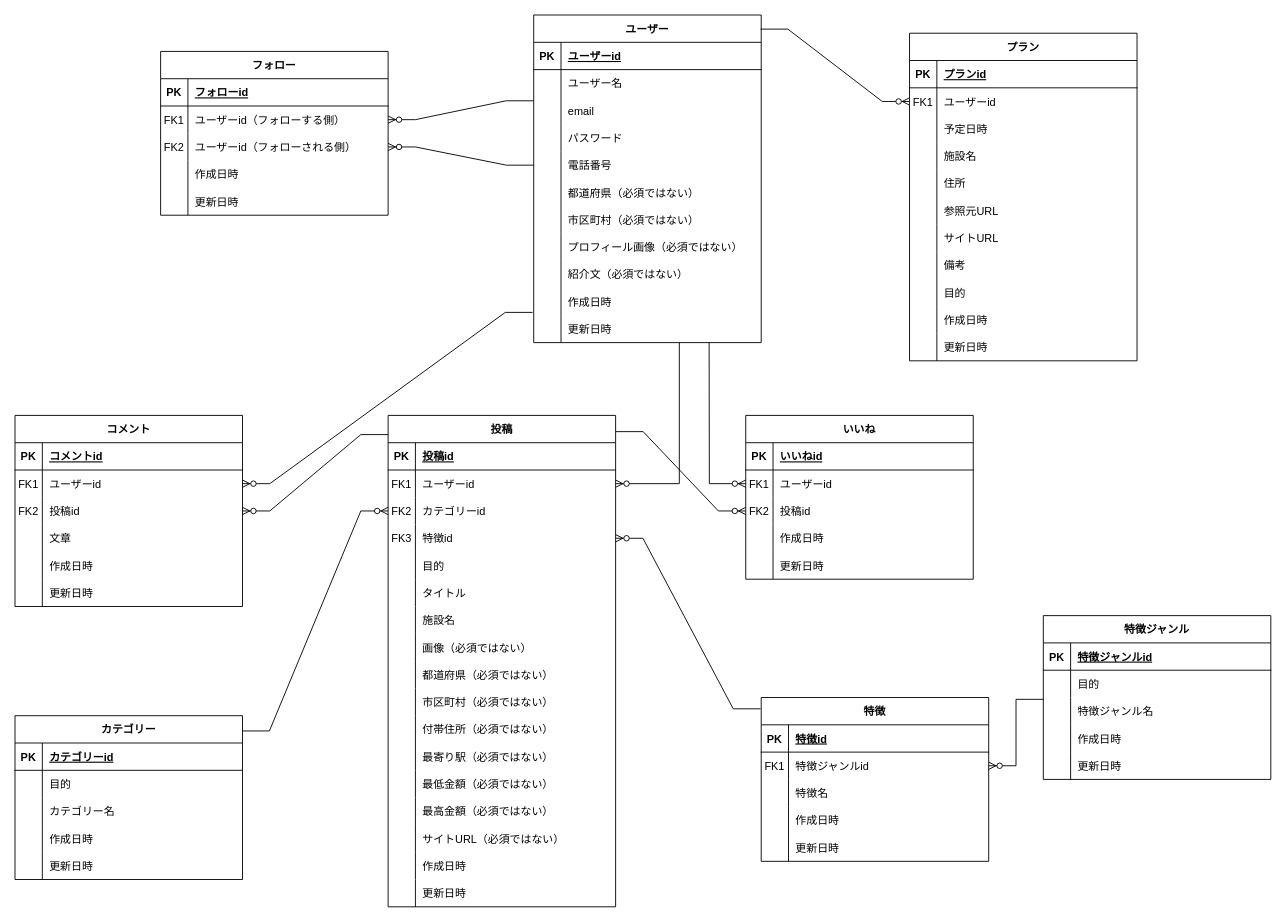
Above: er_figure.drawio in JunkiYuasa/trip_planning (draw.io), before the change. Source tidied: cells renumbered, new cells numbered last; positions are measured from the earlier drawing's top-left corner, leaving out a move shared by most shapes. Both pictures are drawn from the tidied source at 91%, with x=0, y=0 at pixel (15, 15).
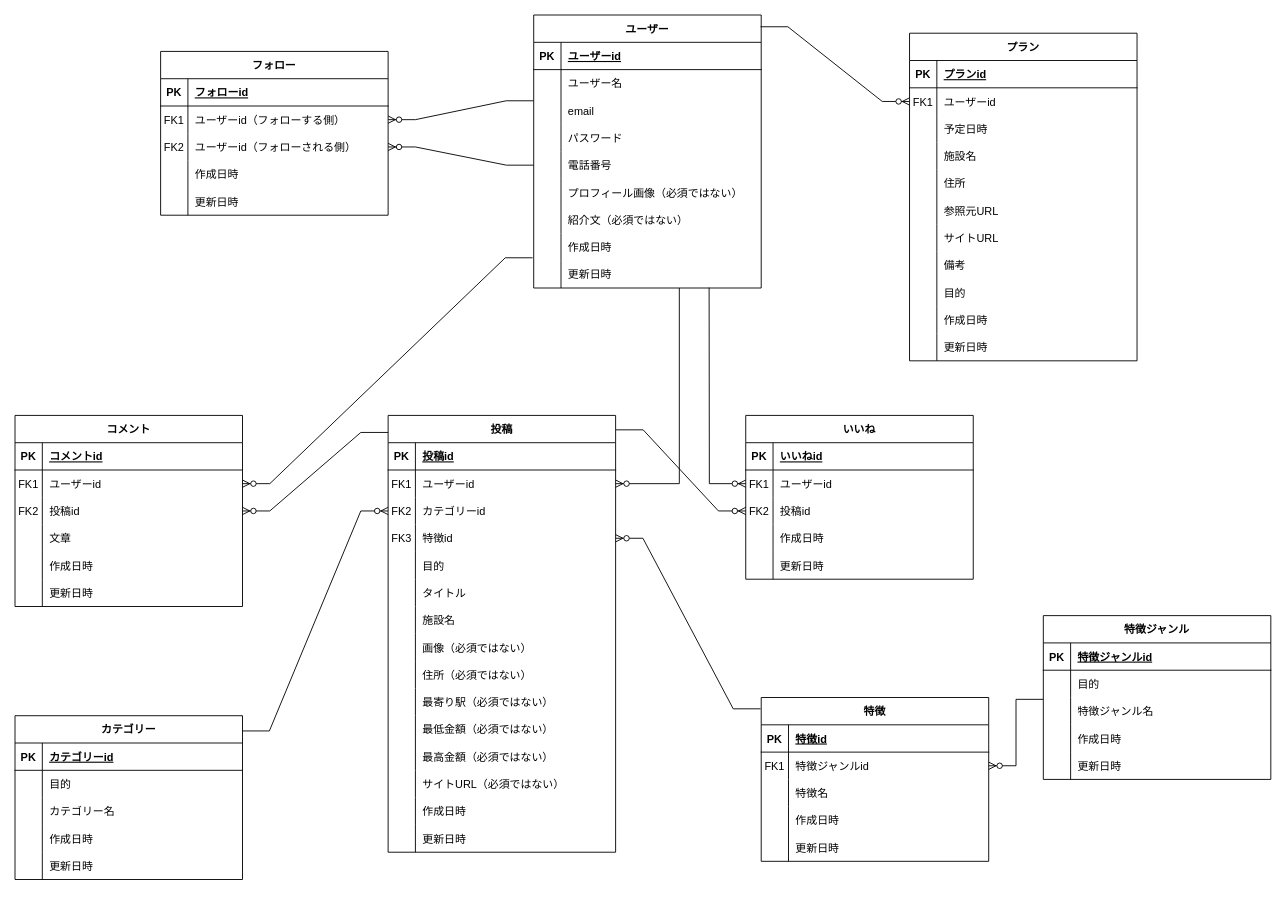
After the change.

Commit message:
er_figure.drawio を更新します

The change refers to these unchanged cells:
```xml
<mxCell id="27" style="shape=partialRectangle;fillColor=none;top=0;left=0;right=0;bottom=0;" parent="2" vertex="1">
  <mxGeometry y="270" width="250" height="30" as="geometry" />
</mxCell>
```

What changed in the source:
```diff
@@
     <mxCell id="2" value="投稿" style="shape=table;startSize=30;childLayout=tableLayout;rowLines=0;fontStyle=1;align=center;" parent="1" vertex="1">
-      <mxGeometry x="410" y="440" width="250" height="540" as="geometry" />
+      <mxGeometry x="410" y="440" width="250" height="480" as="geometry" />
     </mxCell>
@@
-    <mxCell id="29" value="都道府県（必須ではない）" style="shape=partialRectangle;overflow=hidden;fillColor=none;top=0;left=0;bottom=0;right=0;align=left;spacingLeft=6;" parent="27" vertex="1">
+    <mxCell id="29" value="住所（必須ではない）" style="shape=partialRectangle;overflow=hidden;fillColor=none;top=0;left=0;bottom=0;right=0;align=left;spacingLeft=6;" parent="27" vertex="1">
       <mxGeometry x="30" width="220" height="30" as="geometry" />
     </mxCell>
-    <mxCell id="30" style="shape=partialRectangle;fillColor=none;top=0;left=0;right=0;bottom=0;" parent="2" vertex="1">
-      <mxGeometry y="300" width="250" height="30" as="geometry" />
-    </mxCell>
-    <mxCell id="31" style="shape=partialRectangle;overflow=hidden;fillColor=none;top=0;left=0;bottom=0;right=0;" parent="30" vertex="1">
-      <mxGeometry width="30" height="30" as="geometry" />
-    </mxCell>
-    <mxCell id="32" value="市区町村（必須ではない）" style="shape=partialRectangle;overflow=hidden;fillColor=none;top=0;left=0;bottom=0;right=0;align=left;spacingLeft=6;" parent="30" vertex="1">
-      <mxGeometry x="30" width="220" height="30" as="geometry" />
-    </mxCell>
-    <mxCell id="33" style="shape=partialRectangle;fillColor=none;top=0;left=0;right=0;bottom=0;" parent="2" vertex="1">
-      <mxGeometry y="330" width="250" height="30" as="geometry" />
-    </mxCell>
-    <mxCell id="34" style="shape=partialRectangle;overflow=hidden;fillColor=none;top=0;left=0;bottom=0;right=0;" parent="33" vertex="1">
-      <mxGeometry width="30" height="30" as="geometry" />
-    </mxCell>
-    <mxCell id="35" value="付帯住所（必須ではない）" style="shape=partialRectangle;overflow=hidden;fillColor=none;top=0;left=0;bottom=0;right=0;align=left;spacingLeft=6;" parent="33" vertex="1">
-      <mxGeometry x="30" width="220" height="30" as="geometry" />
-    </mxCell>
     <mxCell id="36" style="shape=partialRectangle;fillColor=none;top=0;left=0;right=0;bottom=0;" parent="2" vertex="1">
-      <mxGeometry y="360" width="250" height="30" as="geometry" />
+      <mxGeometry y="300" width="250" height="30" as="geometry" />
     </mxCell>
@@
     <mxCell id="39" style="shape=partialRectangle;fillColor=none;top=0;left=0;right=0;bottom=0;" parent="2" vertex="1">
-      <mxGeometry y="390" width="250" height="30" as="geometry" />
+      <mxGeometry y="330" width="250" height="30" as="geometry" />
     </mxCell>
@@
     <mxCell id="42" style="shape=partialRectangle;fillColor=none;top=0;left=0;right=0;bottom=0;" parent="2" vertex="1">
-      <mxGeometry y="420" width="250" height="30" as="geometry" />
+      <mxGeometry y="360" width="250" height="30" as="geometry" />
     </mxCell>
@@
     <mxCell id="45" style="shape=partialRectangle;fillColor=none;top=0;left=0;right=0;bottom=0;" parent="2" vertex="1">
-      <mxGeometry y="450" width="250" height="30" as="geometry" />
+      <mxGeometry y="390" width="250" height="30" as="geometry" />
     </mxCell>
@@
     <mxCell id="48" style="shape=partialRectangle;fillColor=none;top=0;left=0;right=0;bottom=0;" parent="2" vertex="1">
-      <mxGeometry y="480" width="250" height="30" as="geometry" />
+      <mxGeometry y="420" width="250" height="30" as="geometry" />
     </mxCell>
@@
     <mxCell id="51" style="shape=partialRectangle;fillColor=none;top=0;left=0;right=0;bottom=0;" parent="2" vertex="1">
-      <mxGeometry y="510" width="250" height="30" as="geometry" />
+      <mxGeometry y="450" width="250" height="30" as="geometry" />
     </mxCell>
@@
     <mxCell id="73" value="ユーザー" style="shape=table;startSize=30;childLayout=tableLayout;rowLines=0;fontStyle=1;align=center;" parent="1" vertex="1">
-      <mxGeometry x="570" width="250" height="360" as="geometry" />
+      <mxGeometry x="570" width="250" height="300" as="geometry" />
     </mxCell>
@@
-    <mxCell id="89" style="shape=partialRectangle;fillColor=none;top=0;left=0;right=0;bottom=0;" parent="73" vertex="1">
-      <mxGeometry y="180" width="250" height="30" as="geometry" />
-    </mxCell>
-    <mxCell id="90" style="shape=partialRectangle;overflow=hidden;fillColor=none;top=0;left=0;bottom=0;right=0;" parent="89" vertex="1">
-      <mxGeometry width="30" height="30" as="geometry" />
-    </mxCell>
-    <mxCell id="91" value="都道府県（必須ではない）" style="shape=partialRectangle;overflow=hidden;fillColor=none;top=0;left=0;bottom=0;right=0;align=left;spacingLeft=6;" parent="89" vertex="1">
-      <mxGeometry x="30" width="220" height="30" as="geometry" />
-    </mxCell>
-    <mxCell id="92" style="shape=partialRectangle;fillColor=none;top=0;left=0;right=0;bottom=0;" parent="73" vertex="1">
-      <mxGeometry y="210" width="250" height="30" as="geometry" />
-    </mxCell>
-    <mxCell id="93" style="shape=partialRectangle;overflow=hidden;fillColor=none;top=0;left=0;bottom=0;right=0;" parent="92" vertex="1">
-      <mxGeometry width="30" height="30" as="geometry" />
-    </mxCell>
-    <mxCell id="94" value="市区町村（必須ではない）" style="shape=partialRectangle;overflow=hidden;fillColor=none;top=0;left=0;bottom=0;right=0;align=left;spacingLeft=6;" parent="92" vertex="1">
-      <mxGeometry x="30" width="220" height="30" as="geometry" />
-    </mxCell>
     <mxCell id="95" style="shape=partialRectangle;fillColor=none;top=0;left=0;right=0;bottom=0;" parent="73" vertex="1">
-      <mxGeometry y="240" width="250" height="30" as="geometry" />
+      <mxGeometry y="180" width="250" height="30" as="geometry" />
     </mxCell>
@@
     <mxCell id="98" style="shape=partialRectangle;fillColor=none;top=0;left=0;right=0;bottom=0;" parent="73" vertex="1">
-      <mxGeometry y="270" width="250" height="30" as="geometry" />
+      <mxGeometry y="210" width="250" height="30" as="geometry" />
     </mxCell>
@@
     <mxCell id="101" style="shape=partialRectangle;fillColor=none;top=0;left=0;right=0;bottom=0;" parent="73" vertex="1">
-      <mxGeometry y="300" width="250" height="30" as="geometry" />
+      <mxGeometry y="240" width="250" height="30" as="geometry" />
     </mxCell>
@@
     <mxCell id="104" style="shape=partialRectangle;fillColor=none;points=[[0,0.5],[1,0.5]];portConstraint=eastwest;top=0;left=0;right=0;bottom=0;" parent="73" vertex="1">
-      <mxGeometry y="330" width="250" height="30" as="geometry" />
+      <mxGeometry y="270" width="250" height="30" as="geometry" />
     </mxCell>
```
